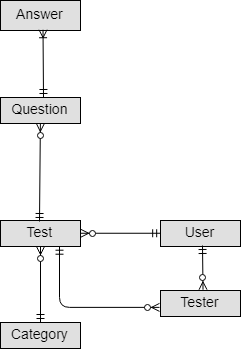
Above: schema.png in Kseniya82/first-test (draw.io), before the change. Source tidied: cells renumbered, new cells last; positions are measured from the earlier drawing's top-left corner, leaving out a move shared by most shapes.
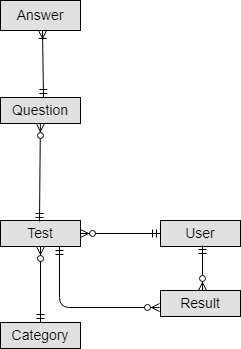
The same file after the commit.

What changed in the source:
```diff
@@ -28,7 +28,7 @@
     <mxCell id="9" style="fontSize=12;html=1;endArrow=ERzeroToMany;startArrow=ERmandOne;exitX=0;exitY=0.5;entryX=1;entryY=0.5;" parent="1" edge="1" source="4" target="2">
       <mxGeometry relative="1" as="geometry" />
     </mxCell>
-    <mxCell id="10" value="Tester" style="text;align=center;verticalAlign=middle;spacingLeft=4;spacingRight=4;strokeColor=#000000;fillColor=#e0e0e0;points=[[0,0.5],[1,0.5]];portConstraint=eastwest;fontSize=14;" parent="1" vertex="1">
+    <mxCell id="10" value="Result" style="text;align=center;verticalAlign=middle;spacingLeft=4;spacingRight=4;strokeColor=#000000;fillColor=#e0e0e0;points=[[0,0.5],[1,0.5]];portConstraint=eastwest;fontSize=14;" parent="1" vertex="1">
       <mxGeometry x="160" y="290" width="80" height="26" as="geometry" />
     </mxCell>
     <mxCell id="11" style="fontSize=12;html=1;endArrow=ERzeroToMany;startArrow=ERmandOne;entryX=0.529;entryY=-0.013;entryPerimeter=0;" parent="1" edge="1" target="10">
```
